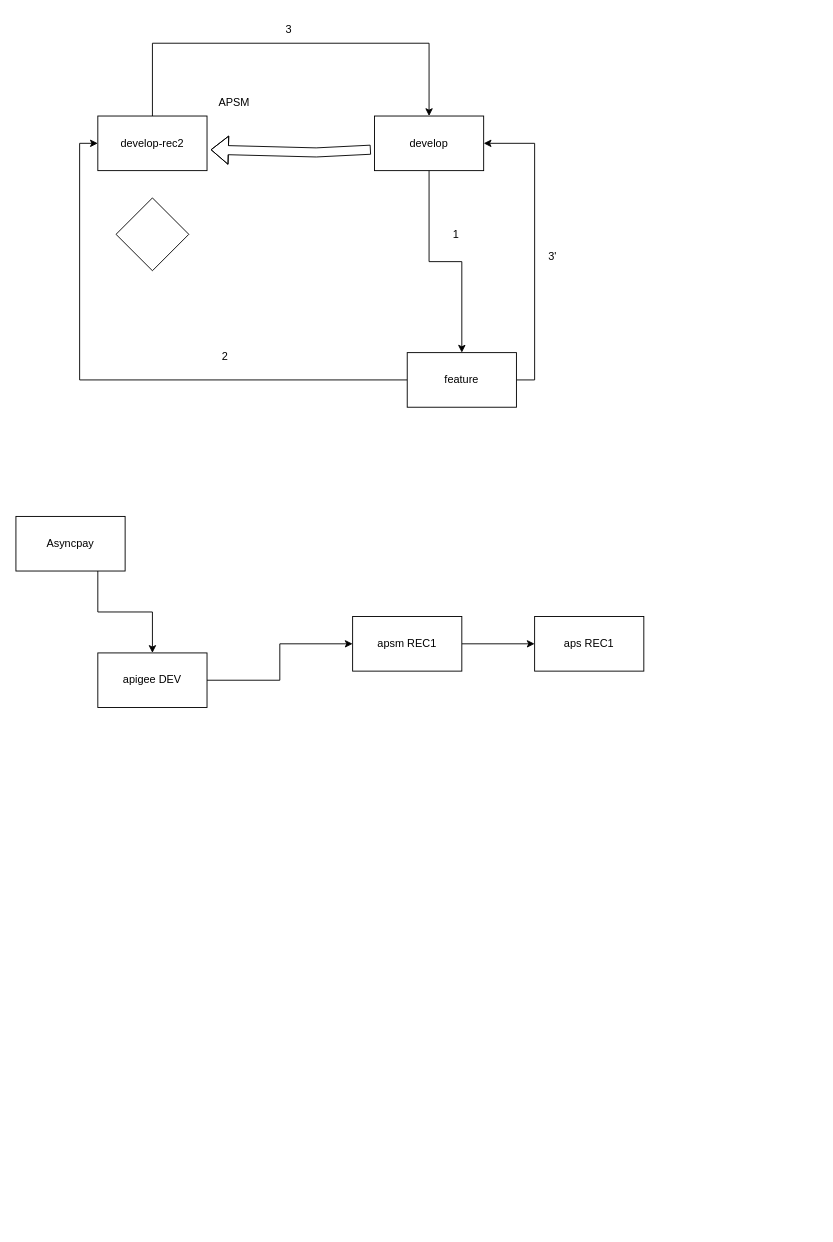
omargit1/Diagrams keeps this draw.io diagram as page "Page-12" (12 of 12) of Untitled Diagram.drawio. Above is the earlier version. Source tidied: cells renumbered, new cells numbered last; positions are measured from the earlier drawing's top-left corner, leaving out a move shared by most shapes. Both pictures are drawn from the tidied source at 91%, with x=0, y=0 at pixel (15, 15).
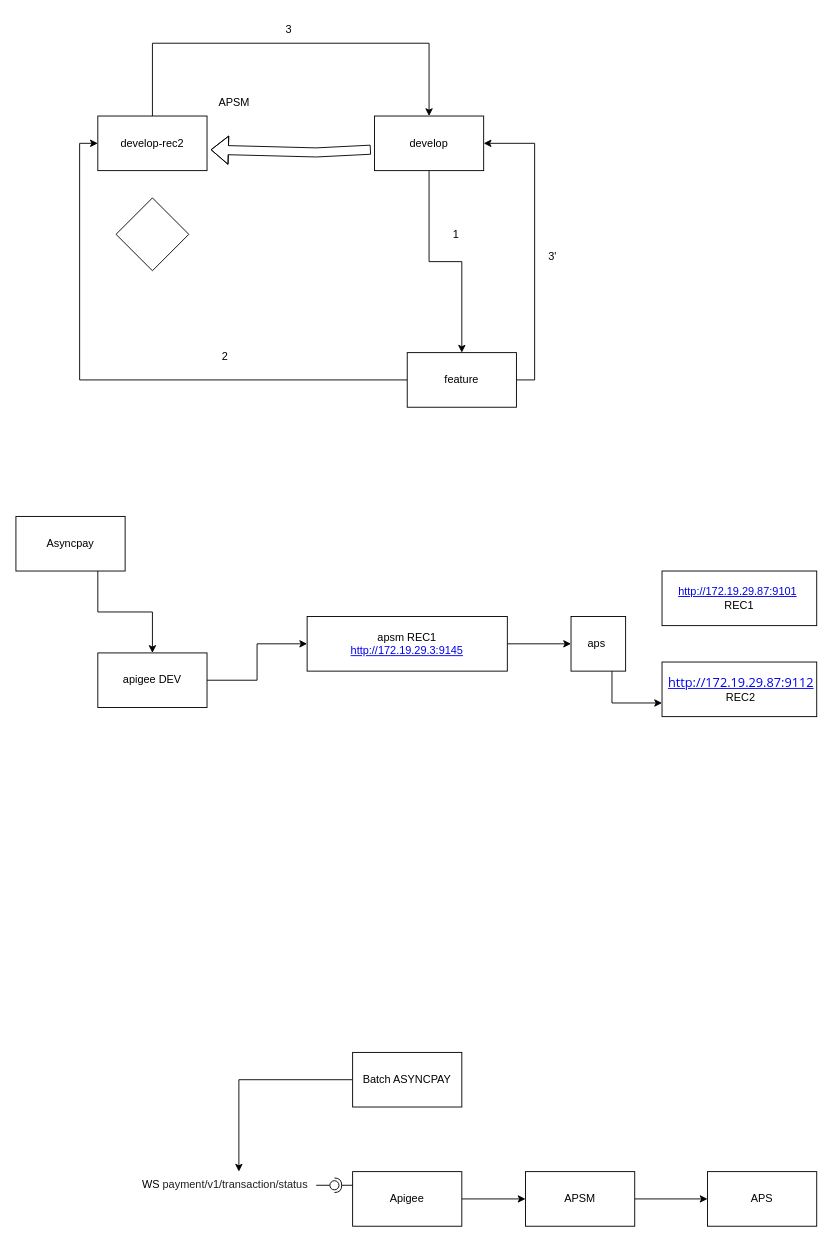
The same diagram, later.

The edit, as a diff of the source:
```diff
@@
-    <mxCell id="21" value="apsm REC1" style="rounded=0;whiteSpace=wrap;html=1;" parent="1" vertex="1">
-      <mxGeometry x="370" y="660" width="120" height="60" as="geometry" />
+    <mxCell id="21" value="apsm REC1&lt;br&gt;&lt;a href=&quot;http://172.19.29.3:9145&quot;&gt;http://172.19.29.3:9145&lt;/a&gt;" style="rounded=0;whiteSpace=wrap;html=1;" parent="1" vertex="1">
+      <mxGeometry x="320" y="660" width="220" height="60" as="geometry" />
     </mxCell>
+    <mxCell id="23" style="edgeStyle=orthogonalEdgeStyle;rounded=0;jettySize=auto;html=1;exitX=0.75;exitY=1;exitDx=0;exitDy=0;entryX=0;entryY=0.75;entryDx=0;entryDy=0;" parent="1" edge="1" source="22" target="25">
+      <mxGeometry relative="1" as="geometry" />
+    </mxCell>
-    <mxCell id="22" value="aps REC1" style="rounded=0;whiteSpace=wrap;html=1;" parent="1" vertex="1">
-      <mxGeometry x="570" y="660" width="120" height="60" as="geometry" />
+    <mxCell id="22" value="aps&amp;nbsp;" style="rounded=0;whiteSpace=wrap;html=1;" parent="1" vertex="1">
+      <mxGeometry x="610" y="660" width="60" height="60" as="geometry" />
     </mxCell>
+    <mxCell id="24" value="&lt;a href=&quot;http://172.19.29.87:9101&quot;&gt;http://172.19.29.87:9101&lt;/a&gt;&amp;nbsp; REC1" style="rounded=0;whiteSpace=wrap;html=1;" parent="1" vertex="1">
+      <mxGeometry x="710" y="610" width="170" height="60" as="geometry" />
+    </mxCell>
+    <mxCell id="25" value="&lt;span style=&quot;font-family: &amp;#34;calibri&amp;#34; ; font-size: 11.0pt&quot;&gt;&amp;nbsp;&lt;/span&gt;&lt;a href=&quot;http://172.19.29.87:9112/&quot;&gt;&lt;span style=&quot;font-family: &amp;#34;segoe ui&amp;#34; ; font-size: 10.5pt ; background: white&quot;&gt;http://172.19.29.87:9112&lt;/span&gt;&lt;/a&gt;&lt;br&gt;&amp;nbsp;REC2" style="rounded=0;whiteSpace=wrap;html=1;" parent="1" vertex="1">
+      <mxGeometry x="710" y="710" width="170" height="60" as="geometry" />
+    </mxCell>
+    <mxCell id="26" style="edgeStyle=orthogonalEdgeStyle;rounded=0;jettySize=auto;html=1;exitX=1;exitY=0.5;exitDx=0;exitDy=0;" parent="1" edge="1" source="27" target="29">
+      <mxGeometry relative="1" as="geometry" />
+    </mxCell>
+    <mxCell id="27" value="Apigee" style="rounded=0;whiteSpace=wrap;html=1;" parent="1" vertex="1">
+      <mxGeometry x="370" y="1270" width="120" height="60" as="geometry" />
+    </mxCell>
+    <mxCell id="28" style="edgeStyle=orthogonalEdgeStyle;rounded=0;jettySize=auto;html=1;exitX=1;exitY=0.5;exitDx=0;exitDy=0;" parent="1" edge="1" source="29" target="30">
+      <mxGeometry relative="1" as="geometry" />
+    </mxCell>
+    <mxCell id="29" value="APSM" style="rounded=0;whiteSpace=wrap;html=1;" parent="1" vertex="1">
+      <mxGeometry x="560" y="1270" width="120" height="60" as="geometry" />
+    </mxCell>
+    <mxCell id="30" value="APS" style="rounded=0;whiteSpace=wrap;html=1;" parent="1" vertex="1">
+      <mxGeometry x="760" y="1270" width="120" height="60" as="geometry" />
+    </mxCell>
+    <mxCell id="31" style="rounded=0;jettySize=auto;html=1;endArrow=none;endFill=0;sketch=0;sourcePerimeterSpacing=0;targetPerimeterSpacing=0;" parent="1" edge="1" target="33">
+      <mxGeometry relative="1" as="geometry">
+        <mxPoint x="330" y="1285" as="sourcePoint" />
+      </mxGeometry>
+    </mxCell>
+    <mxCell id="32" style="rounded=0;jettySize=auto;html=1;endArrow=halfCircle;endFill=0;entryX=0.5;entryY=0.5;endSize=6;strokeWidth=1;sketch=0;" parent="1" edge="1" target="33">
+      <mxGeometry relative="1" as="geometry">
+        <mxPoint x="370" y="1285" as="sourcePoint" />
+      </mxGeometry>
+    </mxCell>
+    <mxCell id="33" style="ellipse;whiteSpace=wrap;html=1;align=center;points=[];outlineConnect=0;sketch=0;" parent="1" vertex="1">
+      <mxGeometry x="345" y="1280" width="10" height="10" as="geometry" />
+    </mxCell>
+    <mxCell id="34" value="WS&amp;nbsp;&lt;span style=&quot;color: rgb(33 , 33 , 33) ; font-family: &amp;#34;inter&amp;#34; , , , &amp;#34;blinkmacsystemfont&amp;#34; , &amp;#34;segoe ui&amp;#34; , &amp;#34;roboto&amp;#34; , &amp;#34;oxygen&amp;#34; , &amp;#34;ubuntu&amp;#34; , &amp;#34;cantarell&amp;#34; , &amp;#34;fira sans&amp;#34; , &amp;#34;droid sans&amp;#34; , &amp;#34;helvetica&amp;#34; , &amp;#34;arial&amp;#34; , sans-serif ; text-align: left ; background-color: rgb(255 , 255 , 255)&quot;&gt;payment/v1/transaction/status&lt;/span&gt;" style="text;html=1;strokeColor=none;fillColor=none;align=center;verticalAlign=middle;whiteSpace=wrap;rounded=0;" parent="1" vertex="1">
+      <mxGeometry x="200" y="1270" width="60" height="30" as="geometry" />
+    </mxCell>
+    <mxCell id="35" style="edgeStyle=orthogonalEdgeStyle;rounded=0;jettySize=auto;html=1;exitX=0;exitY=0.5;exitDx=0;exitDy=0;entryX=0.75;entryY=0;entryDx=0;entryDy=0;" parent="1" edge="1" source="36" target="34">
+      <mxGeometry relative="1" as="geometry" />
+    </mxCell>
+    <mxCell id="36" value="Batch ASYNCPAY" style="rounded=0;whiteSpace=wrap;html=1;" parent="1" vertex="1">
+      <mxGeometry x="370" y="1139" width="120" height="60" as="geometry" />
+    </mxCell>
```
